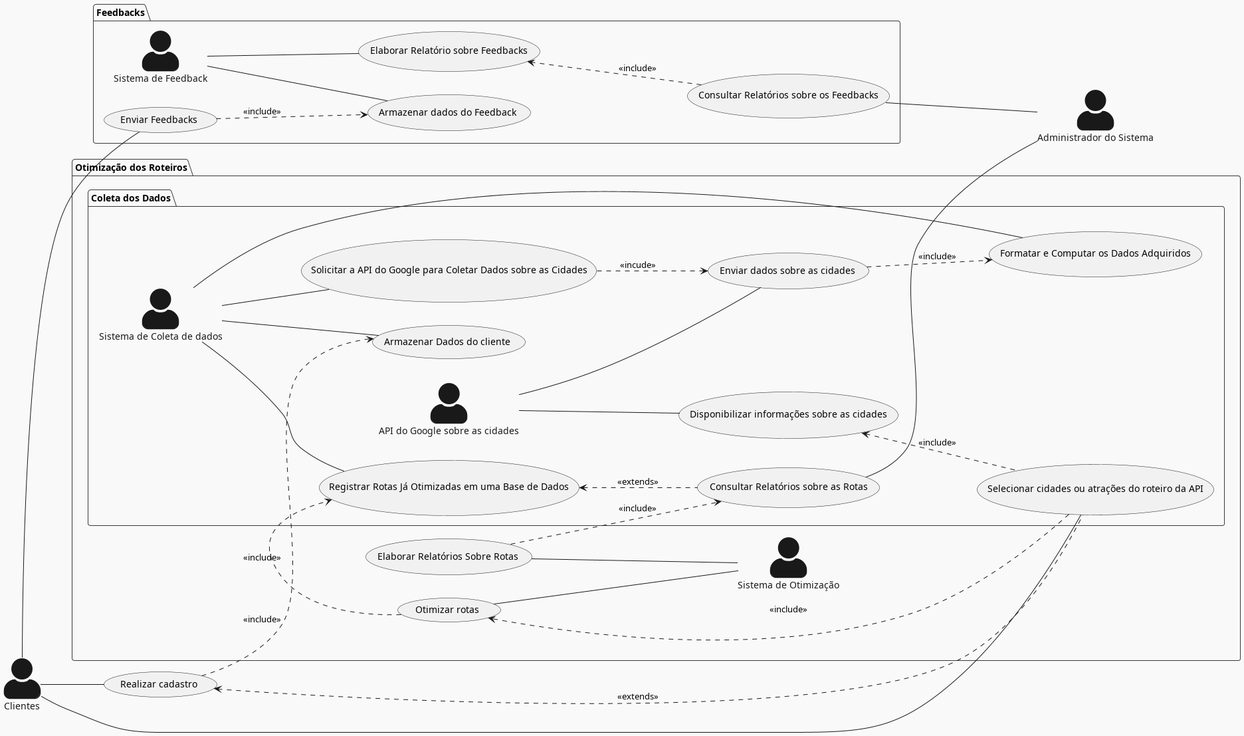
pedrodilallo/site_turismo_SIG keeps this PlantUML diagram as Relatório/Semana-1/Diagramas/DCU.png. Above is the earlier version. The source it was exported from:
```plantuml
@startuml
skinparam actorStyle awesome
!theme mars

left to right direction
actor "Clientes" as cliente
actor "Administrador do Sistema" as sys_admin

cliente -- (Realizar cadastro)




package "Otimização dos Roteiros"{
actor "Sistema de Otimização" as  otimizador


(Otimizar rotas) -- otimizador


    package "Coleta dos Dados"{
        actor "Sistema de Coleta de dados" as coletador
        actor "API do Google sobre as cidades" as API

        cliente -- (Selecionar cidades ou atrações do roteiro da API)

        (Selecionar cidades ou atrações do roteiro da API) ..> (Otimizar rotas): <<include>>

        (Solicitar a API do Google para Coletar Dados sobre as Cidades) ..> (Enviar dados sobre as cidades) : <<incude>>
        coletador -- (Solicitar a API do Google para Coletar Dados sobre as Cidades)
        coletador -- (Registrar Rotas Já Otimizadas em uma Base de Dados)
        coletador -- (Formatar e Computar os Dados Adquiridos)
        API -- (Enviar dados sobre as cidades)
        API -- (Disponibilizar informações sobre as cidades)
        (Disponibilizar informações sobre as cidades) <.. (Selecionar cidades ou atrações do roteiro da API) : <<include>>
        (Otimizar rotas) ..> (Registrar Rotas Já Otimizadas em uma Base de Dados) : <<include>>
        (Registrar Rotas Já Otimizadas em uma Base de Dados) <.. (Consultar Relatórios sobre as Rotas) : <<extends>>

        (Realizar cadastro) ..> (Armazenar Dados do cliente): <<include>>

        coletador -- (Armazenar Dados do cliente)



    }

(Elaborar Relatórios Sobre Rotas) ..> (Consultar Relatórios sobre as Rotas): <<include>>
(Elaborar Relatórios Sobre Rotas) -- otimizador

}



(Consultar Relatórios sobre as Rotas) -- sys_admin




(Realizar cadastro) <.. (Selecionar cidades ou atrações do roteiro da API) : <<extends>>
(Enviar dados sobre as cidades) ..> (Formatar e Computar os Dados Adquiridos) : <<include>>


package "Feedbacks"{
actor "Sistema de Feedback" as feedback

(Enviar Feedbacks) ..> (Armazenar dados do Feedback) : <<include>>
(Elaborar Relatório sobre Feedbacks) <.. (Consultar Relatórios sobre os Feedbacks) : <<include>>
cliente -- (Enviar Feedbacks)
feedback -- (Armazenar dados do Feedback)
(Consultar Relatórios sobre os Feedbacks) -- sys_admin
feedback -- (Elaborar Relatório sobre Feedbacks)



}



@enduml
```
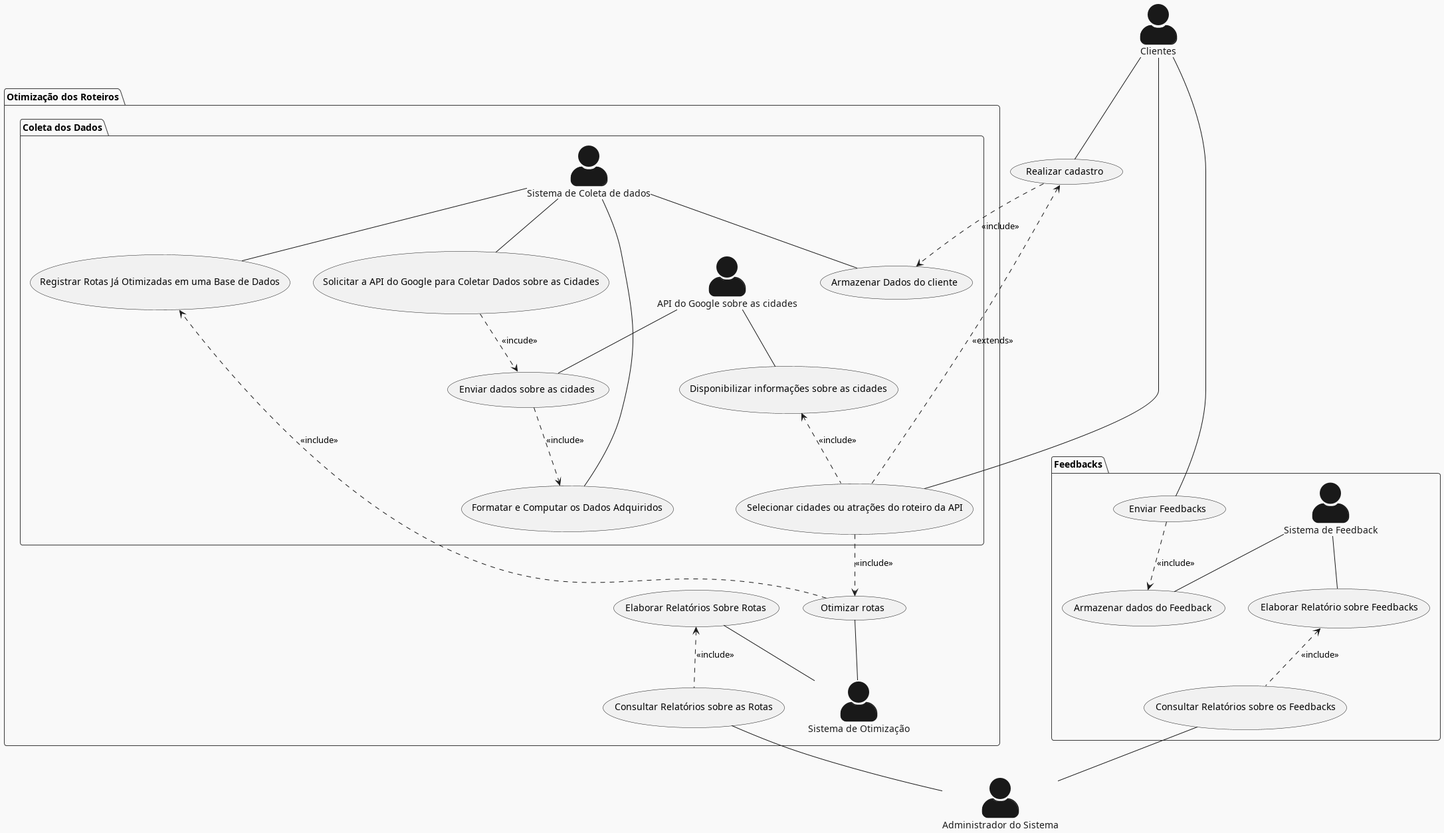
After the commit.

Commit message:
Correções DFD

Change to the diagram source:
```diff
@@ -2,7 +2,6 @@
 skinparam actorStyle awesome
 !theme mars
 
-left to right direction
 actor "Clientes" as cliente
 actor "Administrador do Sistema" as sys_admin
 
@@ -34,7 +33,6 @@
         API -- (Disponibilizar informações sobre as cidades)
         (Disponibilizar informações sobre as cidades) <.. (Selecionar cidades ou atrações do roteiro da API) : <<include>>
         (Otimizar rotas) ..> (Registrar Rotas Já Otimizadas em uma Base de Dados) : <<include>>
-        (Registrar Rotas Já Otimizadas em uma Base de Dados) <.. (Consultar Relatórios sobre as Rotas) : <<extends>>
 
         (Realizar cadastro) ..> (Armazenar Dados do cliente): <<include>>
 
@@ -44,7 +42,8 @@
 
     }
 
-(Elaborar Relatórios Sobre Rotas) ..> (Consultar Relatórios sobre as Rotas): <<include>>
+
+(Elaborar Relatórios Sobre Rotas) <.. (Consultar Relatórios sobre as Rotas): <<include>>
 (Elaborar Relatórios Sobre Rotas) -- otimizador
 
 }
```
